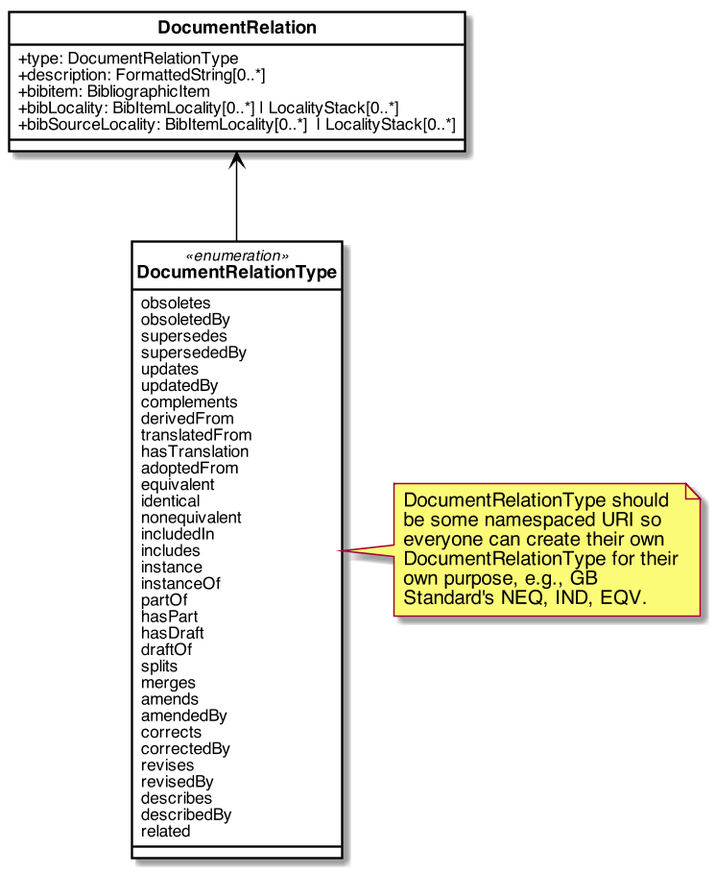
relaton/relaton-models keeps this PlantUML diagram as images/RelBib_DocumentRelation.png. Above is the earlier version.
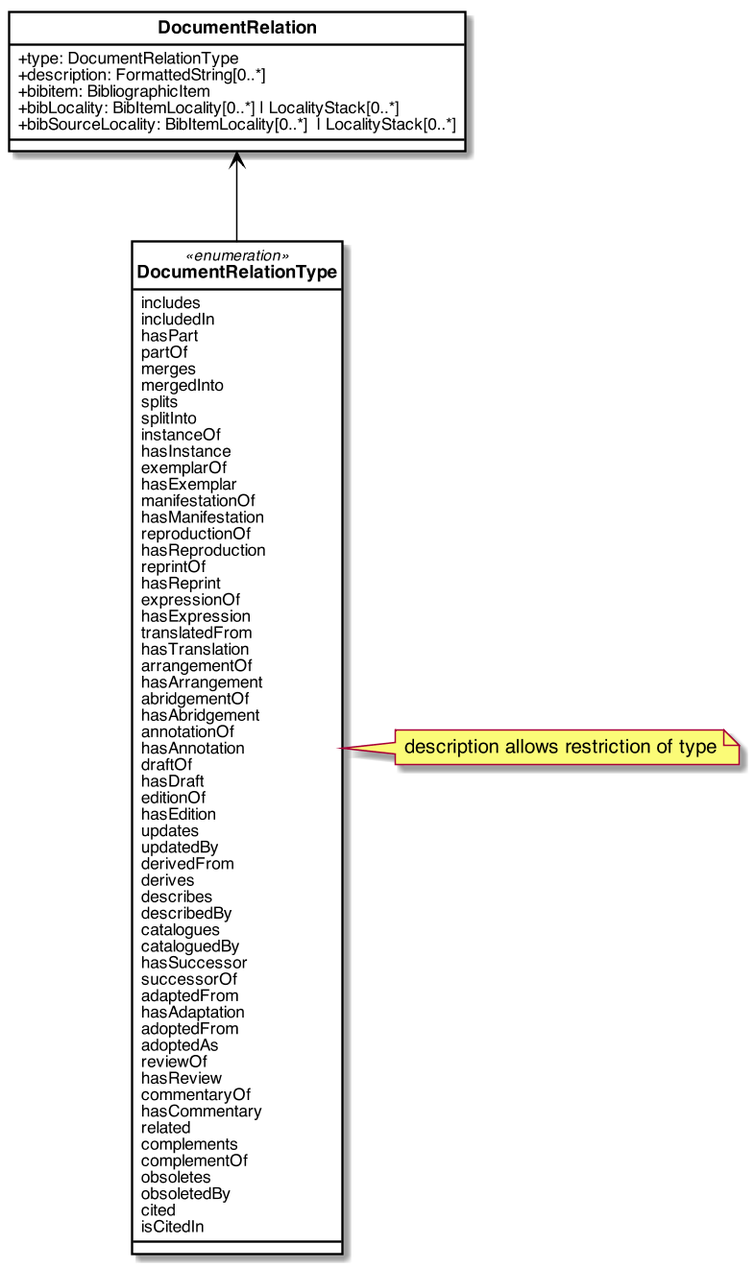
The same diagram one commit later.

Diff of the diagram source:
```diff
@@ -50,42 +50,66 @@
 }
 
 enum DocumentRelationType <<enumeration>>{
-    obsoletes
-    obsoletedBy
-    supersedes
-    supersededBy
-    updates
-    updatedBy
-    complements
-    derivedFrom
-    translatedFrom
-    hasTranslation
-    adoptedFrom
-    equivalent
-    identical
-    nonequivalent
-    includedIn
-    includes
-    instance
-    instanceOf
-    partOf
-    hasPart
-    hasDraft
-    draftOf
-    splits
-    merges
-    amends
-    amendedBy
-    corrects
-    correctedBy
-    revises
-    revisedBy
-    describes
-    describedBy
-    related
+includes
+includedIn
+hasPart
+partOf
+merges
+mergedInto
+splits
+splitInto
+instanceOf
+hasInstance
+exemplarOf
+hasExemplar
+manifestationOf
+hasManifestation
+reproductionOf
+hasReproduction
+reprintOf
+hasReprint
+expressionOf
+hasExpression
+translatedFrom
+hasTranslation
+arrangementOf
+hasArrangement
+abridgementOf
+hasAbridgement
+annotationOf
+hasAnnotation
+draftOf
+hasDraft
+editionOf
+hasEdition
+updates
+updatedBy
+derivedFrom
+derives
+describes
+describedBy
+catalogues
+cataloguedBy
+hasSuccessor
+successorOf
+adaptedFrom
+hasAdaptation
+adoptedFrom
+adoptedAs
+reviewOf
+hasReview
+commentaryOf
+hasCommentary
+related
+complements
+complementOf
+obsoletes
+obsoletedBy
+cited
+isCitedIn
 }
 
-note right of DocumentRelationType: DocumentRelationType should\nbe some namespaced URI so\neveryone can create their own\nDocumentRelationType for their\nown purpose, e.g., GB\nStandard's NEQ, IND, EQV.
+note right of DocumentRelationType: description allows restriction of type
 
 DocumentRelation <-- DocumentRelationType
 
```
